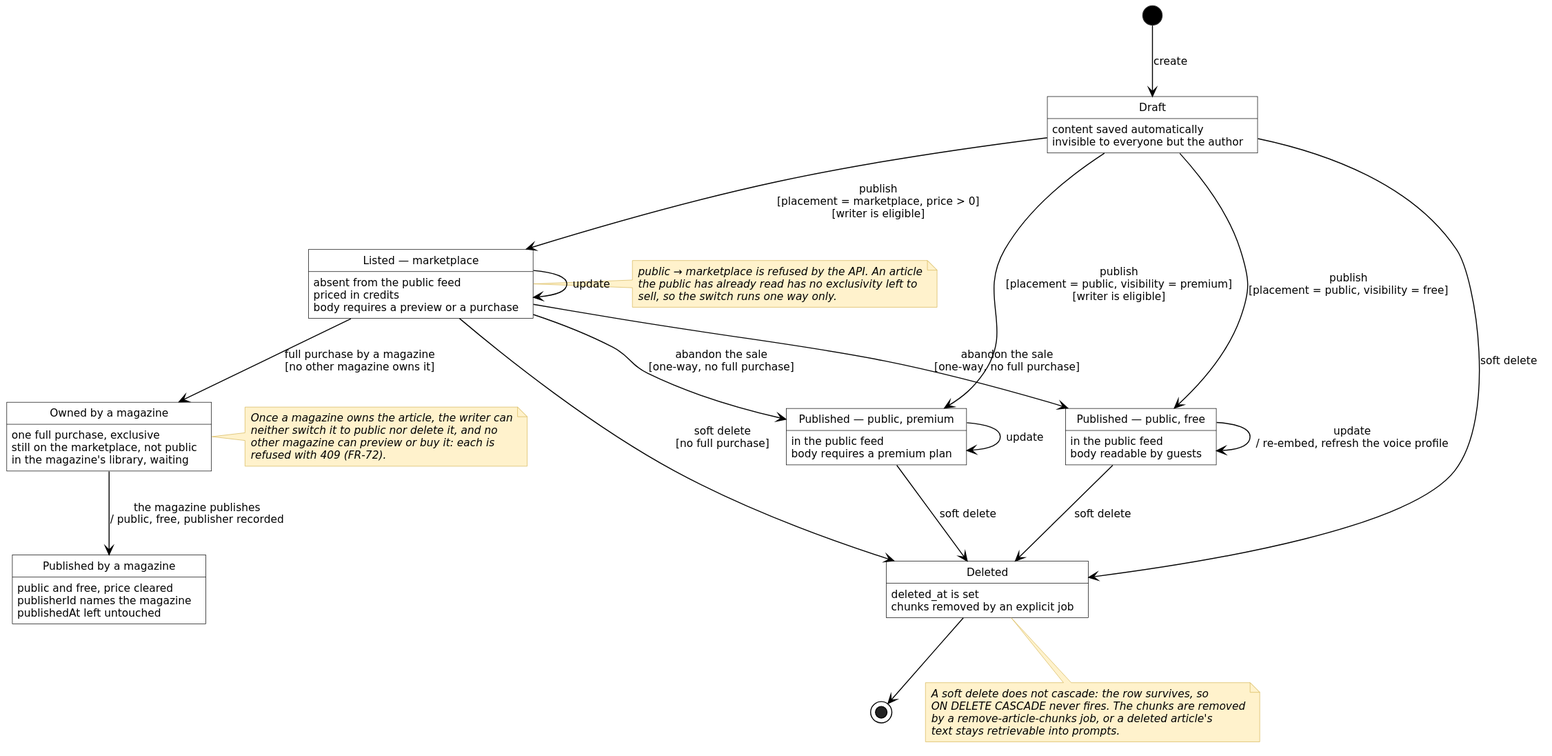
Before: diagrams/fig-6-8-state-article-lifecycle/fig-6-8-state-article-lifecycle.svg, a diagram exported from PlantUML (inkwell-dev/spec.inkwell.ai).
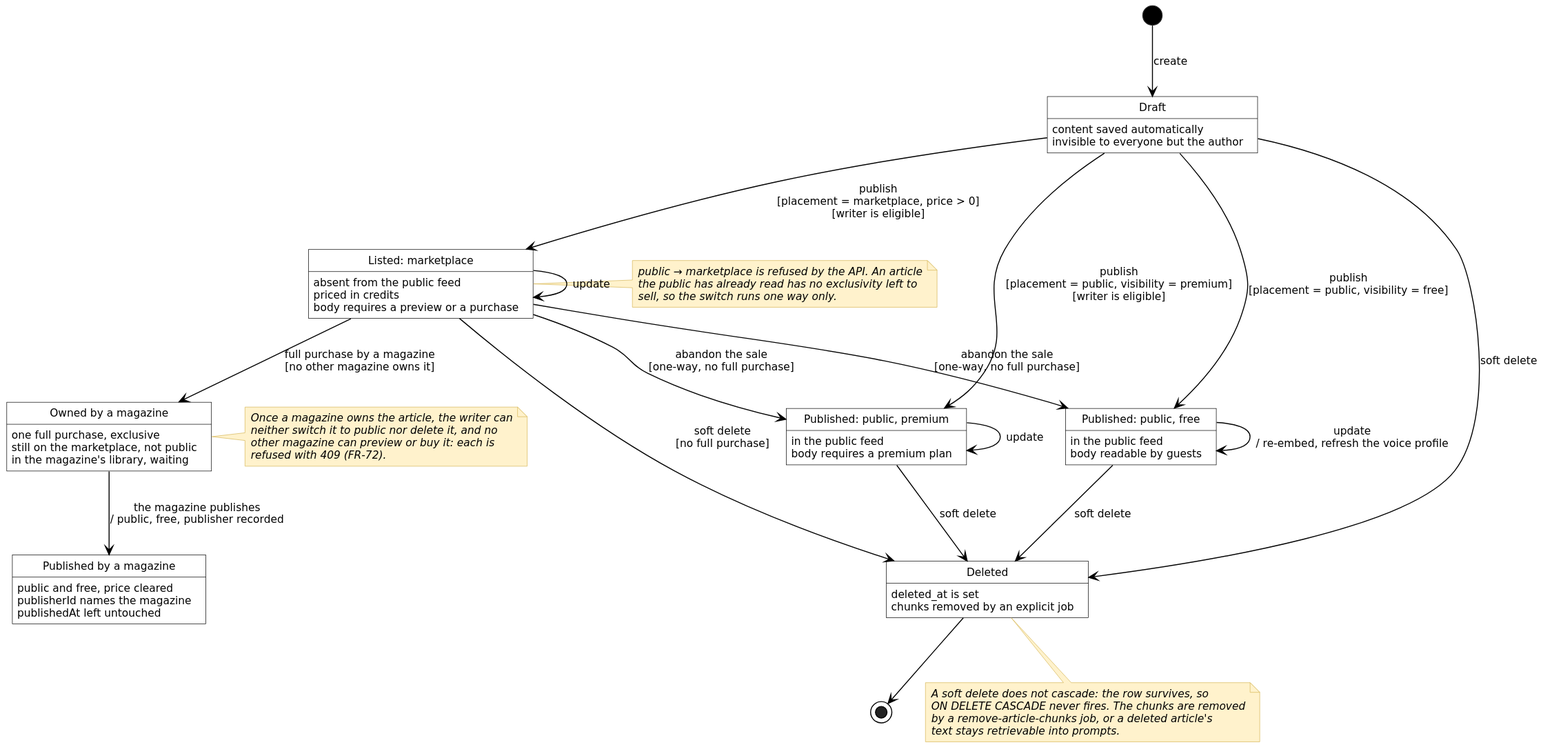
After the commit.

Diff of the diagram source:
```diff
@@ -9,17 +9,17 @@
   Draft : invisible to everyone but the author
 }
 
-state "Published — public, free" as PubFree {
+state "Published: public, free" as PubFree {
   PubFree : in the public feed
   PubFree : body readable by guests
 }
 
-state "Published — public, premium" as PubPremium {
+state "Published: public, premium" as PubPremium {
   PubPremium : in the public feed
   PubPremium : body requires a premium plan
 }
 
-state "Listed — marketplace" as Market {
+state "Listed: marketplace" as Market {
   Market : absent from the public feed
   Market : priced in credits
   Market : body requires a preview or a purchase
```
